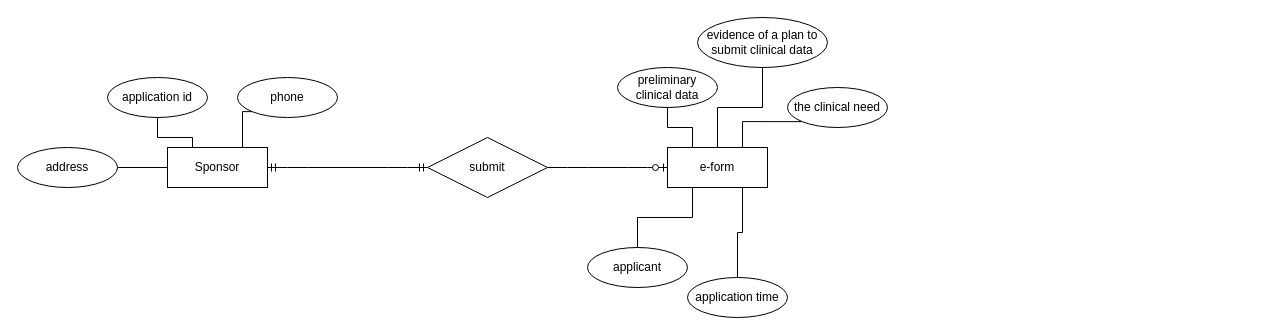
forthegame/ANU2024 keeps this draw.io diagram as ER.drawio. Above is the earlier version. Source tidied: cells renumbered, new cells numbered last; positions are measured from the earlier drawing's top-left corner, leaving out a move shared by most shapes. Both pictures are drawn from the tidied source at 100%, with x=0, y=0 at pixel (17, 17).
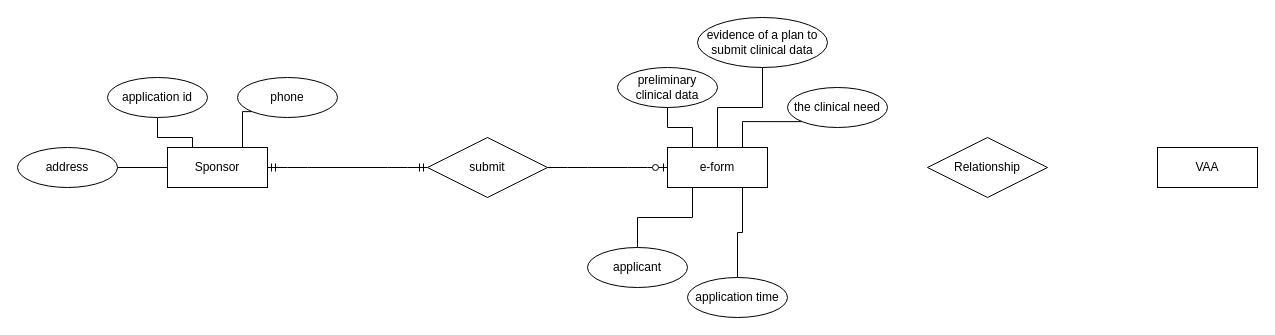
The same page after the edit.

The edit, as a diff of the source:
```diff
@@
+    <mxCell id="23" value="Relationship" style="shape=rhombus;perimeter=rhombusPerimeter;whiteSpace=wrap;html=1;align=center;" parent="1" vertex="1">
+      <mxGeometry x="910" y="120" width="120" height="60" as="geometry" />
+    </mxCell>
+    <mxCell id="24" value="VAA" style="whiteSpace=wrap;html=1;align=center;" parent="1" vertex="1">
+      <mxGeometry x="1140" y="130" width="100" height="40" as="geometry" />
+    </mxCell>
```
